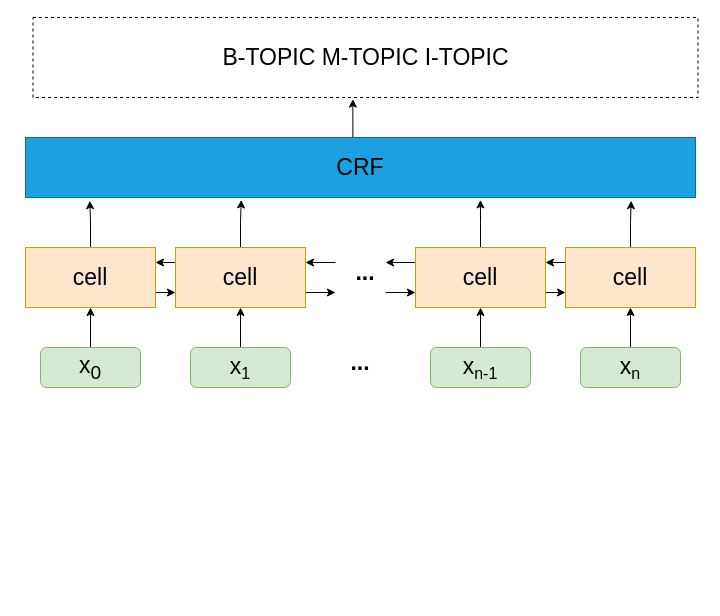
The draw.io diagram paper/对话摘要主题模型.drawio in jacmule/drwaIO, before the edit. Source tidied: cells renumbered, new cells numbered last; positions are measured from the earlier drawing's top-left corner, leaving out a move shared by most shapes. Both pictures are drawn from the tidied source at 100%, with x=0, y=0 at pixel (25, 17). Pictures stored in the file or linked from it are replaced by grey dashed boxes.
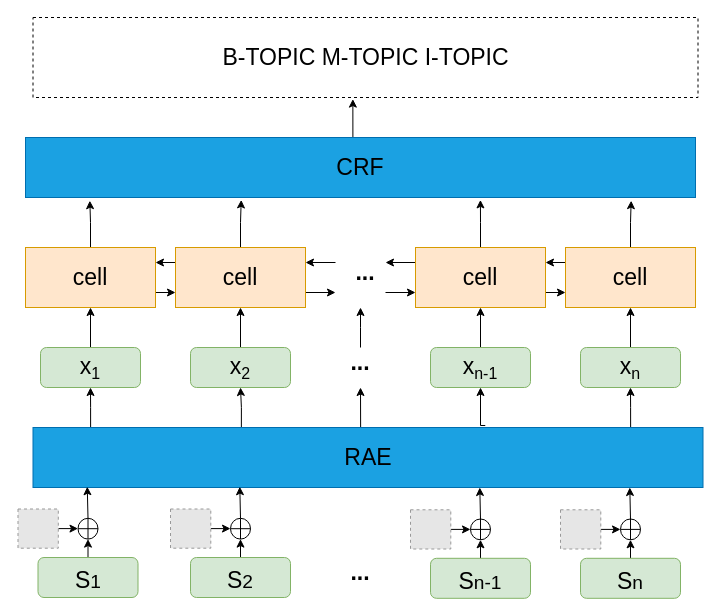
The same diagram, later.

Commit message:
完善对话摘要主题模型

Unchanged cells that the change refers to:
```xml
<mxCell id="26" value="x&lt;span style=&quot;font-size: 19.1667px&quot;&gt;&lt;sub&gt;n-1&lt;/sub&gt;&lt;/span&gt;" style="rounded=1;whiteSpace=wrap;html=1;fontSize=23;fillColor=#d5e8d4;strokeColor=#82b366;" parent="1" vertex="1">
  <mxGeometry x="405" y="330" width="100" height="40" as="geometry" />
</mxCell>
<mxCell id="28" value="x&lt;span style=&quot;font-size: 19.1667px&quot;&gt;&lt;sub&gt;n&lt;/sub&gt;&lt;/span&gt;" style="rounded=1;whiteSpace=wrap;html=1;fontSize=23;fillColor=#d5e8d4;strokeColor=#82b366;" parent="1" vertex="1">
  <mxGeometry x="555" y="330" width="100" height="40" as="geometry" />
</mxCell>
<mxCell id="29" value="&lt;b&gt;&lt;font style=&quot;font-size: 23px&quot;&gt;...&lt;/font&gt;&lt;/b&gt;" style="text;html=1;strokeColor=none;fillColor=none;align=center;verticalAlign=middle;whiteSpace=wrap;rounded=0;" parent="1" vertex="1">
  <mxGeometry x="305" y="330" width="60" height="30" as="geometry" />
</mxCell>
```

What changed in the source:
```diff
@@
+    <mxCell id="31" style="edgeStyle=orthogonalEdgeStyle;rounded=0;jettySize=auto;html=1;exitX=0.086;exitY=0.033;exitDx=0;exitDy=0;entryX=0.5;entryY=1;entryDx=0;entryDy=0;fontSize=23;fontColor=#000000;exitPerimeter=0;" parent="1" edge="1" source="37" target="22">
+      <mxGeometry relative="1" as="geometry" />
+    </mxCell>
-    <mxCell id="22" value="x&lt;sub&gt;0&lt;/sub&gt;" style="rounded=1;whiteSpace=wrap;html=1;fontSize=23;fillColor=#d5e8d4;strokeColor=#82b366;" parent="1" vertex="1">
+    <mxCell id="22" value="x&lt;span style=&quot;font-size: 19.1667px&quot;&gt;&lt;sub&gt;1&lt;/sub&gt;&lt;/span&gt;" style="rounded=1;whiteSpace=wrap;html=1;fontSize=23;fillColor=#d5e8d4;strokeColor=#82b366;" parent="1" vertex="1">
       <mxGeometry x="15" y="330" width="100" height="40" as="geometry" />
     </mxCell>
@@
+    <mxCell id="32" style="edgeStyle=orthogonalEdgeStyle;rounded=0;jettySize=auto;html=1;exitX=0.311;exitY=0.007;exitDx=0;exitDy=0;entryX=0.5;entryY=1;entryDx=0;entryDy=0;fontSize=23;fontColor=#000000;exitPerimeter=0;" parent="1" edge="1" source="37" target="24">
+      <mxGeometry relative="1" as="geometry" />
+    </mxCell>
-    <mxCell id="24" value="x&lt;span style=&quot;font-size: 19.1667px&quot;&gt;&lt;sub&gt;1&lt;/sub&gt;&lt;/span&gt;" style="rounded=1;whiteSpace=wrap;html=1;fontSize=23;fillColor=#d5e8d4;strokeColor=#82b366;" parent="1" vertex="1">
+    <mxCell id="24" value="x&lt;span style=&quot;font-size: 19.1667px&quot;&gt;&lt;sub&gt;2&lt;/sub&gt;&lt;/span&gt;" style="rounded=1;whiteSpace=wrap;html=1;fontSize=23;fillColor=#d5e8d4;strokeColor=#82b366;" parent="1" vertex="1">
       <mxGeometry x="165" y="330" width="100" height="40" as="geometry" />
     </mxCell>
@@
+    <mxCell id="33" style="edgeStyle=orthogonalEdgeStyle;rounded=0;jettySize=auto;html=1;exitX=0.675;exitY=-0.033;exitDx=0;exitDy=0;entryX=0.5;entryY=1;entryDx=0;entryDy=0;fontSize=23;fontColor=#000000;exitPerimeter=0;" parent="1" edge="1" source="37" target="26">
+      <mxGeometry relative="1" as="geometry" />
+    </mxCell>
@@
+    <mxCell id="34" style="edgeStyle=orthogonalEdgeStyle;rounded=0;jettySize=auto;html=1;exitX=0.892;exitY=0.02;exitDx=0;exitDy=0;entryX=0.5;entryY=1;entryDx=0;entryDy=0;fontSize=23;fontColor=#000000;exitPerimeter=0;" parent="1" edge="1" source="37" target="28">
+      <mxGeometry relative="1" as="geometry" />
+    </mxCell>
@@
+    <mxCell id="35" style="edgeStyle=orthogonalEdgeStyle;rounded=0;jettySize=auto;html=1;exitX=0.489;exitY=-0.007;exitDx=0;exitDy=0;fontSize=23;fontColor=#000000;exitPerimeter=0;" parent="1" edge="1" source="37">
+      <mxGeometry relative="1" as="geometry">
+        <mxPoint x="335" y="370" as="targetPoint" />
+      </mxGeometry>
+    </mxCell>
+    <mxCell id="36" style="edgeStyle=orthogonalEdgeStyle;rounded=0;jettySize=auto;html=1;exitX=0.5;exitY=0;exitDx=0;exitDy=0;fontSize=23;fontColor=#000000;" parent="1" edge="1" source="29">
+      <mxGeometry relative="1" as="geometry">
+        <mxPoint x="335" y="290" as="targetPoint" />
+      </mxGeometry>
+    </mxCell>
@@
+    <mxCell id="37" value="&lt;font color=&quot;#000000&quot;&gt;RAE&lt;/font&gt;" style="rounded=0;whiteSpace=wrap;html=1;fontSize=23;fillColor=#1ba1e2;strokeColor=#006EAF;fontColor=#ffffff;" parent="1" vertex="1">
+      <mxGeometry x="7.5" y="410" width="670" height="60" as="geometry" />
+    </mxCell>
+    <mxCell id="38" style="edgeStyle=orthogonalEdgeStyle;rounded=0;jettySize=auto;html=1;exitX=0.5;exitY=0;exitDx=0;exitDy=0;entryX=0.5;entryY=1;entryDx=0;entryDy=0;fontSize=23;fontColor=#000000;" parent="1" edge="1" source="39" target="41">
+      <mxGeometry relative="1" as="geometry" />
+    </mxCell>
+    <mxCell id="39" value="&lt;sub&gt;&lt;span style=&quot;font-size: 23px&quot;&gt;S&lt;/span&gt;&lt;span style=&quot;font-size: 19.1667px&quot;&gt;1&lt;/span&gt;&lt;/sub&gt;" style="rounded=1;whiteSpace=wrap;html=1;fontSize=23;fillColor=#d5e8d4;strokeColor=#82b366;" parent="1" vertex="1">
+      <mxGeometry x="12.5" y="540" width="100" height="40" as="geometry" />
+    </mxCell>
+    <mxCell id="40" style="edgeStyle=orthogonalEdgeStyle;rounded=0;jettySize=auto;html=1;exitX=0.5;exitY=0;exitDx=0;exitDy=0;entryX=0.081;entryY=0.987;entryDx=0;entryDy=0;entryPerimeter=0;fontSize=23;fontColor=#000000;" parent="1" edge="1" source="41" target="37">
+      <mxGeometry relative="1" as="geometry" />
+    </mxCell>
+    <mxCell id="41" style="shape=orEllipse;perimeter=ellipsePerimeter;whiteSpace=wrap;html=1;backgroundOutline=1;fontSize=23;fontColor=#000000;strokeWidth=1;perimeterSpacing=0;" parent="1" vertex="1">
+      <mxGeometry x="52.5" y="500.8" width="20" height="20.8" as="geometry" />
+    </mxCell>
+    <mxCell id="42" style="edgeStyle=orthogonalEdgeStyle;rounded=0;jettySize=auto;html=1;exitX=1;exitY=0.5;exitDx=0;exitDy=0;entryX=0;entryY=0.5;entryDx=0;entryDy=0;fontSize=23;fontColor=#000000;" parent="1" edge="1" source="43" target="41">
+      <mxGeometry relative="1" as="geometry" />
+    </mxCell>
+    <mxCell id="43" style="fillColor=#E6E6E6;strokeColor=#999999;dashed=1;verticalLabelPosition=bottom;labelBackgroundColor=#ffffff;verticalAlign=top;" parent="1" vertex="1">
+      <mxGeometry x="-7.5" y="491.5" width="40.3" height="39.2" as="geometry" />
+    </mxCell>
+    <mxCell id="44" style="edgeStyle=orthogonalEdgeStyle;rounded=0;jettySize=auto;html=1;exitX=0.5;exitY=0;exitDx=0;exitDy=0;entryX=0.5;entryY=1;entryDx=0;entryDy=0;fontSize=23;fontColor=#000000;" parent="1" edge="1" source="45" target="47">
+      <mxGeometry relative="1" as="geometry" />
+    </mxCell>
+    <mxCell id="45" value="&lt;sub&gt;&lt;span style=&quot;font-size: 23px&quot;&gt;S&lt;/span&gt;&lt;span style=&quot;font-size: 19.1667px&quot;&gt;2&lt;/span&gt;&lt;/sub&gt;" style="rounded=1;whiteSpace=wrap;html=1;fontSize=23;fillColor=#d5e8d4;strokeColor=#82b366;" parent="1" vertex="1">
+      <mxGeometry x="165" y="540" width="100" height="40" as="geometry" />
+    </mxCell>
+    <mxCell id="46" style="edgeStyle=orthogonalEdgeStyle;rounded=0;jettySize=auto;html=1;exitX=0.5;exitY=0;exitDx=0;exitDy=0;entryX=0.081;entryY=0.987;entryDx=0;entryDy=0;entryPerimeter=0;fontSize=23;fontColor=#000000;" parent="1" edge="1" source="47">
+      <mxGeometry relative="1" as="geometry">
+        <mxPoint x="214.3" y="469.2" as="targetPoint" />
+      </mxGeometry>
+    </mxCell>
+    <mxCell id="47" style="shape=orEllipse;perimeter=ellipsePerimeter;whiteSpace=wrap;html=1;backgroundOutline=1;fontSize=23;fontColor=#000000;strokeWidth=1;perimeterSpacing=0;" parent="1" vertex="1">
+      <mxGeometry x="205" y="500.8" width="20" height="20.8" as="geometry" />
+    </mxCell>
+    <mxCell id="48" style="edgeStyle=orthogonalEdgeStyle;rounded=0;jettySize=auto;html=1;exitX=1;exitY=0.5;exitDx=0;exitDy=0;entryX=0;entryY=0.5;entryDx=0;entryDy=0;fontSize=23;fontColor=#000000;" parent="1" edge="1" source="49" target="47">
+      <mxGeometry relative="1" as="geometry" />
+    </mxCell>
+    <mxCell id="49" style="fillColor=#E6E6E6;strokeColor=#999999;dashed=1;verticalLabelPosition=bottom;labelBackgroundColor=#ffffff;verticalAlign=top;" parent="1" vertex="1">
+      <mxGeometry x="145" y="491.5" width="40.3" height="39.2" as="geometry" />
+    </mxCell>
+    <mxCell id="50" style="edgeStyle=orthogonalEdgeStyle;rounded=0;jettySize=auto;html=1;exitX=0.5;exitY=0;exitDx=0;exitDy=0;entryX=0.5;entryY=1;entryDx=0;entryDy=0;fontSize=23;fontColor=#000000;" parent="1" edge="1" source="51" target="53">
+      <mxGeometry relative="1" as="geometry" />
+    </mxCell>
+    <mxCell id="51" value="&lt;sub&gt;&lt;span style=&quot;font-size: 23px&quot;&gt;S&lt;/span&gt;&lt;span style=&quot;font-size: 19.1667px&quot;&gt;n-1&lt;/span&gt;&lt;/sub&gt;" style="rounded=1;whiteSpace=wrap;html=1;fontSize=23;fillColor=#d5e8d4;strokeColor=#82b366;" parent="1" vertex="1">
+      <mxGeometry x="405" y="540.8" width="100" height="40" as="geometry" />
+    </mxCell>
+    <mxCell id="52" style="edgeStyle=orthogonalEdgeStyle;rounded=0;jettySize=auto;html=1;exitX=0.5;exitY=0;exitDx=0;exitDy=0;entryX=0.081;entryY=0.987;entryDx=0;entryDy=0;entryPerimeter=0;fontSize=23;fontColor=#000000;" parent="1" edge="1" source="53">
+      <mxGeometry relative="1" as="geometry">
+        <mxPoint x="454.3" y="470" as="targetPoint" />
+      </mxGeometry>
+    </mxCell>
+    <mxCell id="53" style="shape=orEllipse;perimeter=ellipsePerimeter;whiteSpace=wrap;html=1;backgroundOutline=1;fontSize=23;fontColor=#000000;strokeWidth=1;perimeterSpacing=0;" parent="1" vertex="1">
+      <mxGeometry x="445" y="501.5" width="20" height="20.8" as="geometry" />
+    </mxCell>
+    <mxCell id="54" style="edgeStyle=orthogonalEdgeStyle;rounded=0;jettySize=auto;html=1;exitX=1;exitY=0.5;exitDx=0;exitDy=0;entryX=0;entryY=0.5;entryDx=0;entryDy=0;fontSize=23;fontColor=#000000;" parent="1" edge="1" source="55" target="53">
+      <mxGeometry relative="1" as="geometry" />
+    </mxCell>
+    <mxCell id="55" style="fillColor=#E6E6E6;strokeColor=#999999;dashed=1;verticalLabelPosition=bottom;labelBackgroundColor=#ffffff;verticalAlign=top;" parent="1" vertex="1">
+      <mxGeometry x="385" y="492.3" width="40.3" height="39.2" as="geometry" />
+    </mxCell>
+    <mxCell id="56" style="edgeStyle=orthogonalEdgeStyle;rounded=0;jettySize=auto;html=1;exitX=0.5;exitY=0;exitDx=0;exitDy=0;entryX=0.5;entryY=1;entryDx=0;entryDy=0;fontSize=23;fontColor=#000000;" parent="1" edge="1" source="57" target="59">
+      <mxGeometry relative="1" as="geometry" />
+    </mxCell>
+    <mxCell id="57" value="&lt;sub&gt;&lt;span style=&quot;font-size: 23px&quot;&gt;S&lt;/span&gt;&lt;span style=&quot;font-size: 19.1667px&quot;&gt;n&lt;/span&gt;&lt;/sub&gt;" style="rounded=1;whiteSpace=wrap;html=1;fontSize=23;fillColor=#d5e8d4;strokeColor=#82b366;" parent="1" vertex="1">
+      <mxGeometry x="555" y="540.8" width="100" height="40" as="geometry" />
+    </mxCell>
+    <mxCell id="58" style="edgeStyle=orthogonalEdgeStyle;rounded=0;jettySize=auto;html=1;exitX=0.5;exitY=0;exitDx=0;exitDy=0;entryX=0.081;entryY=0.987;entryDx=0;entryDy=0;entryPerimeter=0;fontSize=23;fontColor=#000000;" parent="1" edge="1" source="59">
+      <mxGeometry relative="1" as="geometry">
+        <mxPoint x="604.3" y="470" as="targetPoint" />
+      </mxGeometry>
+    </mxCell>
+    <mxCell id="59" style="shape=orEllipse;perimeter=ellipsePerimeter;whiteSpace=wrap;html=1;backgroundOutline=1;fontSize=23;fontColor=#000000;strokeWidth=1;perimeterSpacing=0;" parent="1" vertex="1">
+      <mxGeometry x="595" y="501.5" width="20" height="20.8" as="geometry" />
+    </mxCell>
+    <mxCell id="60" style="edgeStyle=orthogonalEdgeStyle;rounded=0;jettySize=auto;html=1;exitX=1;exitY=0.5;exitDx=0;exitDy=0;entryX=0;entryY=0.5;entryDx=0;entryDy=0;fontSize=23;fontColor=#000000;" parent="1" edge="1" source="61" target="59">
+      <mxGeometry relative="1" as="geometry" />
+    </mxCell>
+    <mxCell id="61" style="fillColor=#E6E6E6;strokeColor=#999999;dashed=1;verticalLabelPosition=bottom;labelBackgroundColor=#ffffff;verticalAlign=top;" parent="1" vertex="1">
+      <mxGeometry x="535" y="492.3" width="40.3" height="39.2" as="geometry" />
+    </mxCell>
+    <mxCell id="62" value="&lt;b&gt;&lt;font style=&quot;font-size: 23px&quot;&gt;...&lt;/font&gt;&lt;/b&gt;" style="text;html=1;strokeColor=none;fillColor=none;align=center;verticalAlign=middle;whiteSpace=wrap;rounded=0;" parent="1" vertex="1">
+      <mxGeometry x="305" y="540" width="60" height="30" as="geometry" />
+    </mxCell>
```
